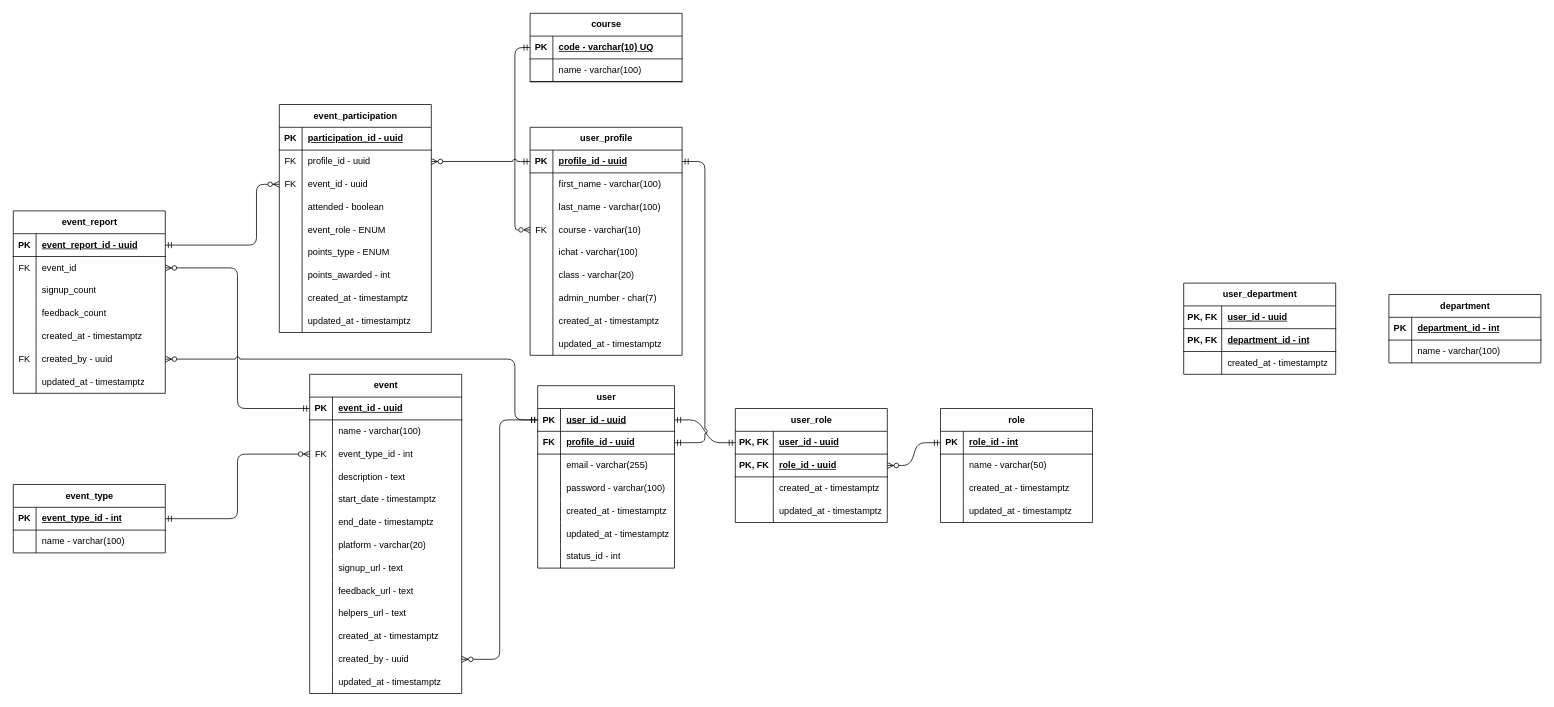
Before: documentation/entity-diagram.drawio in proj-root/project-auxilium, a draw.io diagram. Source tidied: cells renumbered, new cells numbered last; positions are measured from the earlier drawing's top-left corner, leaving out a move shared by most shapes. Both pictures are drawn from the tidied source at 76%, with x=0, y=0 at pixel (13, 13).
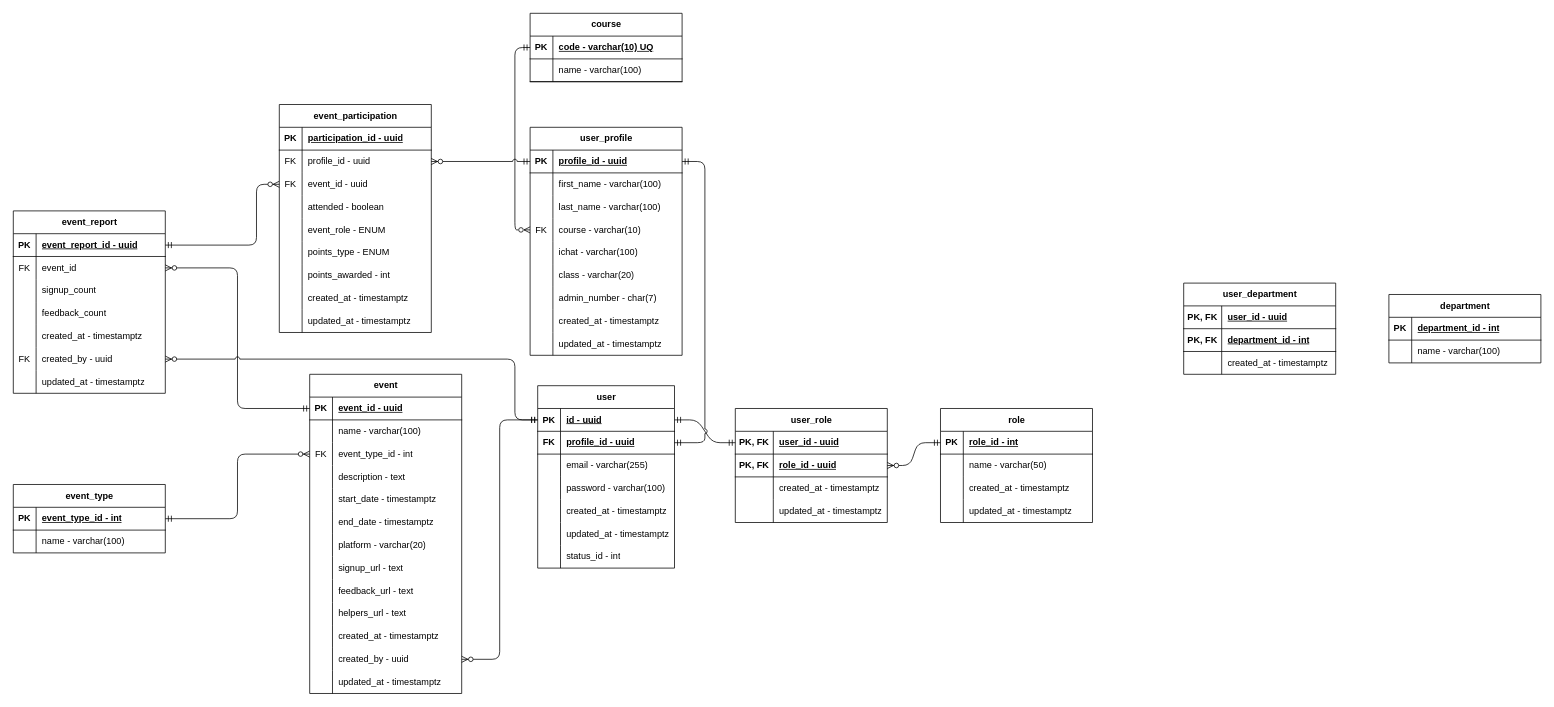
Above is the later version.

Unchanged cells that the change refers to:
```xml
<mxCell id="31" style="shape=tableRow;horizontal=0;startSize=0;swimlaneHead=0;swimlaneBody=0;fillColor=none;points=[[0,0.5],[1,0.5]];portConstraint=eastwest;top=0;left=0;right=0;bottom=1;" parent="30" vertex="1">
  <mxGeometry y="30" width="180" height="30" as="geometry" />
</mxCell>
```

What changed in the source:
```diff
@@
-    <mxCell id="33" value="user_id - uuid" style="shape=partialRectangle;fillColor=none;top=0;left=0;bottom=0;right=0;align=left;spacingLeft=6;fontStyle=5;overflow=hidden;whiteSpace=wrap;html=1;" parent="31" vertex="1">
+    <mxCell id="33" value="id - uuid" style="shape=partialRectangle;fillColor=none;top=0;left=0;bottom=0;right=0;align=left;spacingLeft=6;fontStyle=5;overflow=hidden;whiteSpace=wrap;html=1;" parent="31" vertex="1">
       <mxGeometry x="30" width="150" height="30" as="geometry" />
     </mxCell>
```
